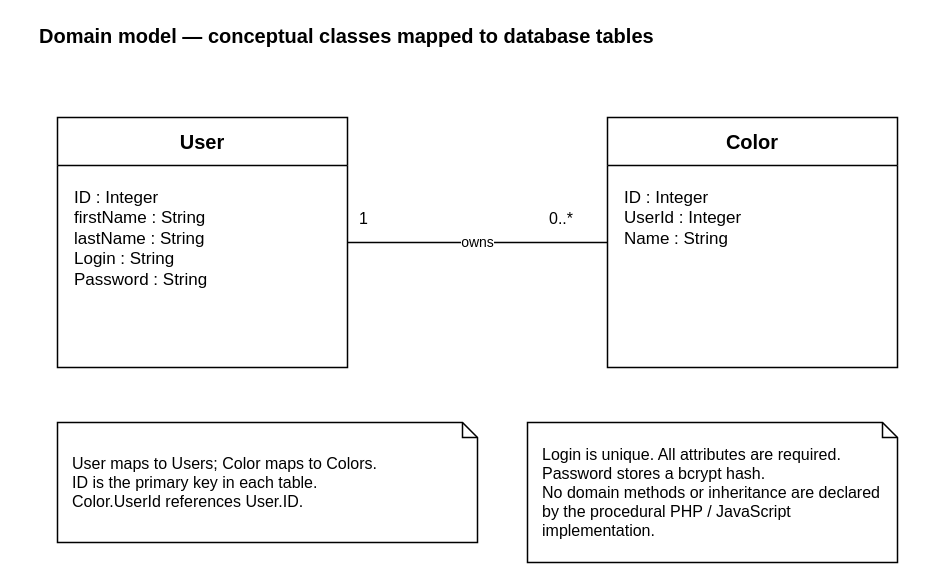
Above: docs/uml/class.drawio in milesrack/colors-lamp (draw.io), before the change. Source tidied: cells renumbered, new cells numbered last; positions are measured from the earlier drawing's top-left corner, leaving out a move shared by most shapes. Both pictures are drawn from the tidied source at 100%, with x=0, y=0 at pixel (37, 17).
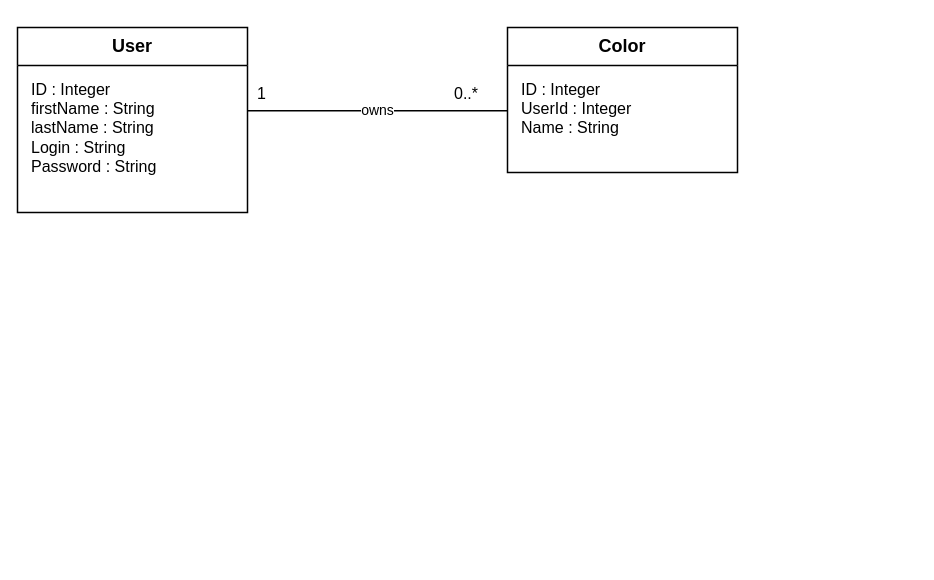
The same diagram, later.

Commit message (it also covers changes not shown here):
docs(uml): simplify diagrams and add login include relationship

What changed in the source:
```diff
@@
 <mxGraphModel background="#FFFFFF">
   <root>
     <mxCell id="0" />
     <mxCell id="1" parent="0" />
-    <mxCell id="2" value="Domain model — conceptual classes mapped to database tables" style="html=1;whiteSpace=wrap;fontFamily=Helvetica;fontSize=16;fontColor=#000000;strokeColor=#000000;fillColor=#FFFFFF;strokeWidth=1.5;text;strokeColor=none;fillColor=none;fontSize=20;fontStyle=1;" parent="1" vertex="1">
-      <mxGeometry width="880" height="40" as="geometry" />
-    </mxCell>
-    <mxCell id="3" value="User" style="html=1;whiteSpace=wrap;fontFamily=Helvetica;fontSize=16;fontColor=#000000;strokeColor=#000000;fillColor=#FFFFFF;strokeWidth=1.5;swimlane;startSize=48;horizontal=1;rounded=0;fontStyle=1;fontSize=20;" parent="1" vertex="1">
-      <mxGeometry x="20" y="100" width="290" height="250" as="geometry" />
+    <mxCell id="3" value="User" style="html=1;whiteSpace=wrap;fontFamily=Helvetica;fontSize=16;fontColor=#000000;strokeColor=#000000;fillColor=#FFFFFF;strokeWidth=1.5;swimlane;startSize=38;horizontal=1;rounded=0;fontStyle=1;fontSize=18;" parent="1" vertex="1">
+      <mxGeometry x="-20" y="10" width="230" height="185" as="geometry" />
     </mxCell>
-    <mxCell id="4" value="ID : Integer&lt;br&gt;firstName : String&lt;br&gt;lastName : String&lt;br&gt;Login : String&lt;br&gt;Password : String" style="html=1;whiteSpace=wrap;fontFamily=Helvetica;fontSize=16;fontColor=#000000;strokeColor=#000000;fillColor=#FFFFFF;strokeWidth=1.5;text;strokeColor=none;fillColor=none;align=left;verticalAlign=top;spacingTop=4;fontStyle=0;fontSize=17;" parent="1" vertex="1">
-      <mxGeometry x="35" y="160" width="260" height="170" as="geometry" />
+    <mxCell id="4" value="ID : Integer&lt;br&gt;firstName : String&lt;br&gt;lastName : String&lt;br&gt;Login : String&lt;br&gt;Password : String" style="html=1;whiteSpace=wrap;fontFamily=Helvetica;fontSize=16;fontColor=#000000;strokeColor=#000000;fillColor=#FFFFFF;strokeWidth=1.5;text;strokeColor=none;fillColor=none;align=left;verticalAlign=top;fontSize=16;" parent="1" vertex="1">
+      <mxGeometry x="-8" y="56" width="206" height="133" as="geometry" />
     </mxCell>
-    <mxCell id="5" value="Color" style="html=1;whiteSpace=wrap;fontFamily=Helvetica;fontSize=16;fontColor=#000000;strokeColor=#000000;fillColor=#FFFFFF;strokeWidth=1.5;swimlane;startSize=48;horizontal=1;rounded=0;fontStyle=1;fontSize=20;" parent="1" vertex="1">
-      <mxGeometry x="570" y="100" width="290" height="250" as="geometry" />
+    <mxCell id="5" value="Color" style="html=1;whiteSpace=wrap;fontFamily=Helvetica;fontSize=16;fontColor=#000000;strokeColor=#000000;fillColor=#FFFFFF;strokeWidth=1.5;swimlane;startSize=38;horizontal=1;rounded=0;fontStyle=1;fontSize=18;" parent="1" vertex="1">
+      <mxGeometry x="470" y="10" width="230" height="145" as="geometry" />
     </mxCell>
-    <mxCell id="6" value="ID : Integer&lt;br&gt;UserId : Integer&lt;br&gt;Name : String" style="html=1;whiteSpace=wrap;fontFamily=Helvetica;fontSize=16;fontColor=#000000;strokeColor=#000000;fillColor=#FFFFFF;strokeWidth=1.5;text;strokeColor=none;fillColor=none;align=left;verticalAlign=top;spacingTop=4;fontStyle=0;fontSize=17;" parent="1" vertex="1">
-      <mxGeometry x="585" y="160" width="260" height="170" as="geometry" />
+    <mxCell id="6" value="ID : Integer&lt;br&gt;UserId : Integer&lt;br&gt;Name : String" style="html=1;whiteSpace=wrap;fontFamily=Helvetica;fontSize=16;fontColor=#000000;strokeColor=#000000;fillColor=#FFFFFF;strokeWidth=1.5;text;strokeColor=none;fillColor=none;align=left;verticalAlign=top;fontSize=16;" parent="1" vertex="1">
+      <mxGeometry x="482" y="56" width="206" height="93" as="geometry" />
     </mxCell>
-    <mxCell id="7" value="owns" style="edgeStyle=orthogonalEdgeStyle;rounded=0;html=1;fontFamily=Helvetica;fontSize=14;fontColor=#000000;strokeColor=#000000;strokeWidth=1.3;labelBackgroundColor=#FFFFFF;endArrow=block;endFill=1;jettySize=auto;edgeStyle=none;endArrow=none;exitX=1;exitY=0.5;entryX=0;entryY=0.5;" parent="1" edge="1" source="3" target="5">
+    <mxCell id="7" value="owns" style="edgeStyle=orthogonalEdgeStyle;rounded=0;html=1;fontFamily=Helvetica;fontSize=14;fontColor=#000000;strokeColor=#000000;strokeWidth=1.3;labelBackgroundColor=#FFFFFF;endArrow=block;endFill=1;jettySize=auto;edgeStyle=none;endArrow=none;exitX=1;exitY=0.45;entryX=0;entryY=0.57414;" parent="1" edge="1" source="3" target="5">
       <mxGeometry relative="1" as="geometry" />
     </mxCell>
     <mxCell id="8" value="1" style="html=1;whiteSpace=wrap;fontFamily=Helvetica;fontSize=16;fontColor=#000000;strokeColor=#000000;fillColor=#FFFFFF;strokeWidth=1.5;text;strokeColor=none;fillColor=none;" parent="1" vertex="1">
-      <mxGeometry x="320" y="185" width="40" height="30" as="geometry" />
+      <mxGeometry x="218" y="60" width="30" height="25" as="geometry" />
     </mxCell>
     <mxCell id="9" value="0..*" style="html=1;whiteSpace=wrap;fontFamily=Helvetica;fontSize=16;fontColor=#000000;strokeColor=#000000;fillColor=#FFFFFF;strokeWidth=1.5;text;strokeColor=none;fillColor=none;" parent="1" vertex="1">
-      <mxGeometry x="510" y="185" width="50" height="30" as="geometry" />
+      <mxGeometry x="415" y="60" width="45" height="25" as="geometry" />
     </mxCell>
-    <mxCell id="10" value="User maps to Users; Color maps to Colors.&lt;br&gt;ID is the primary key in each table.&lt;br&gt;Color.UserId references User.ID." style="html=1;whiteSpace=wrap;fontFamily=Helvetica;fontSize=16;fontColor=#000000;strokeColor=#000000;fillColor=#FFFFFF;strokeWidth=1.5;shape=note;size=15;align=left;spacing=15;" parent="1" vertex="1">
-      <mxGeometry x="20" y="405" width="420" height="120" as="geometry" />
-    </mxCell>
-    <mxCell id="11" value="Login is unique. All attributes are required.&lt;br&gt;Password stores a bcrypt hash.&lt;br&gt;No domain methods or inheritance are declared&lt;br&gt;by the procedural PHP / JavaScript implementation." style="html=1;whiteSpace=wrap;fontFamily=Helvetica;fontSize=16;fontColor=#000000;strokeColor=#000000;fillColor=#FFFFFF;strokeWidth=1.5;shape=note;size=15;align=left;spacing=15;" parent="1" vertex="1">
-      <mxGeometry x="490" y="405" width="370" height="140" as="geometry" />
-    </mxCell>
   </root>
 </mxGraphModel>
```
